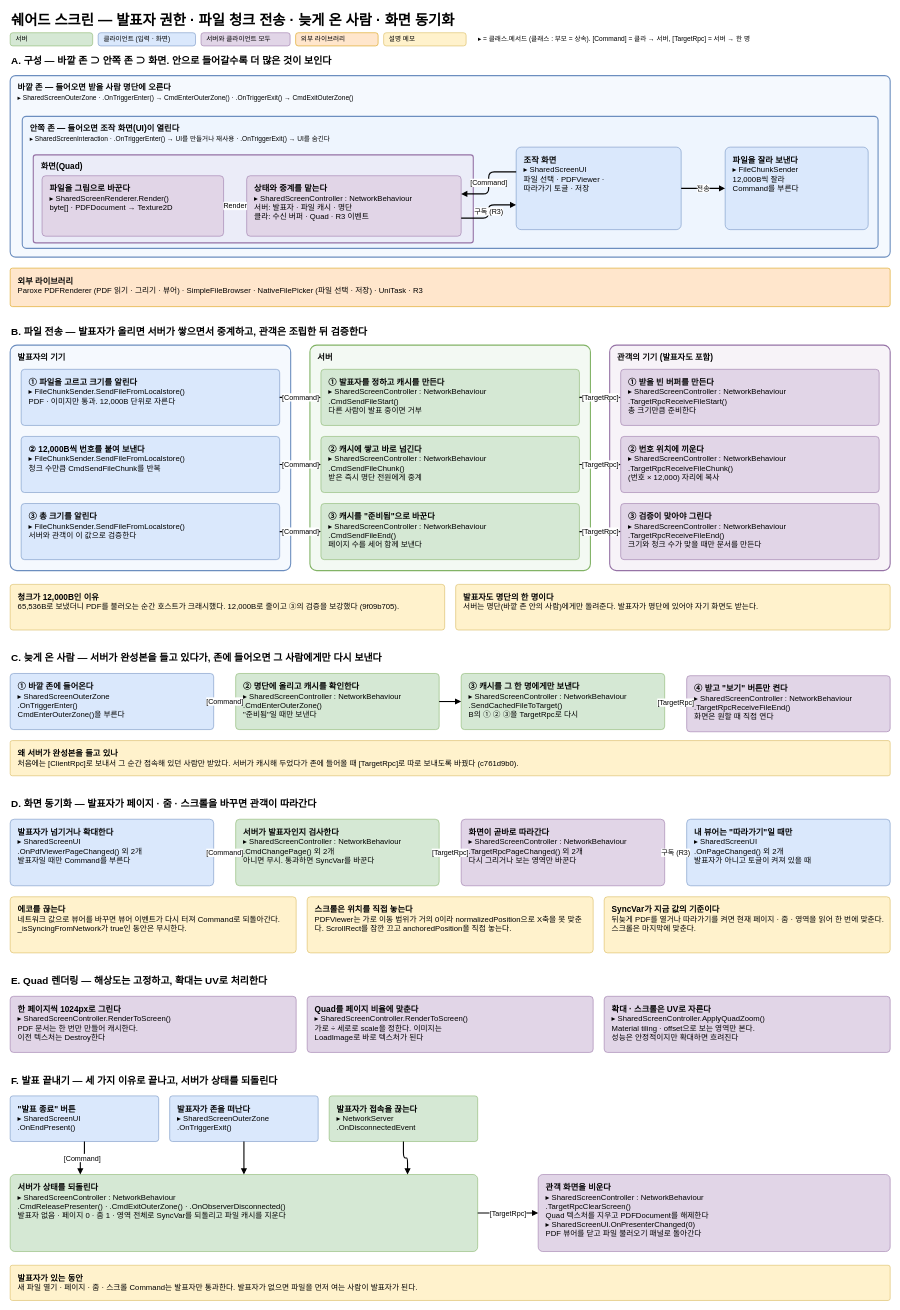
Earlier version of the draw.io diagram page "11. 쉐어드 스크린 · 파일 전송 · 동기화" (11 of 13) of architecture.drawio (BAESOOHYUN/MySecondWorld-Architecture). Source tidied: cells renumbered, new cells numbered last; positions are measured from the earlier drawing's top-left corner, leaving out a move shared by most shapes. Both pictures are drawn from the tidied source at 55%, with x=0, y=0 at pixel (10, 9).
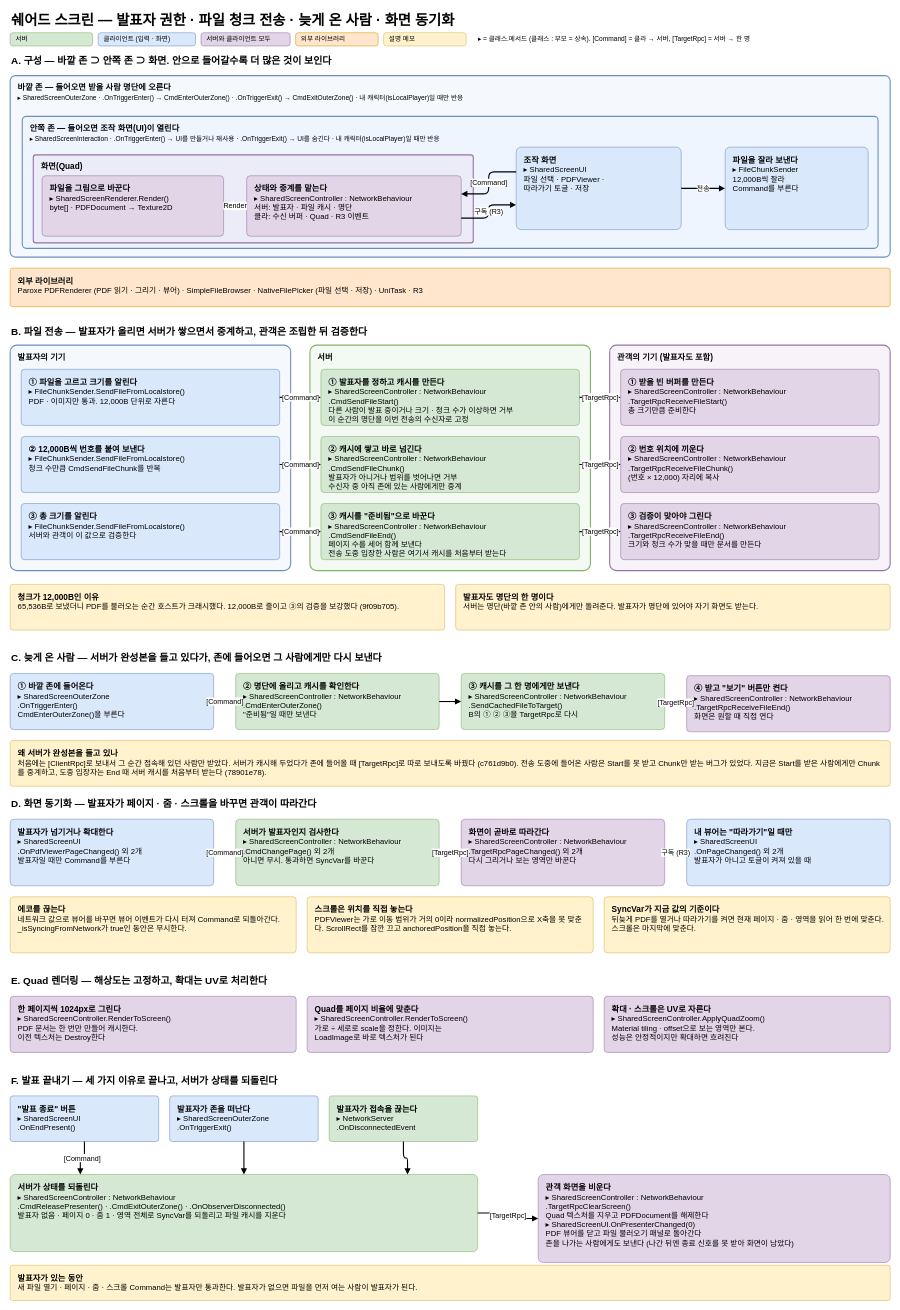
The same page after the edit.

Commit message:
docs(architecture): 11p 쉐어드 스크린에 전송 도중 입장자·서버 검증·존 감지 가드·퇴장 화면 정리 반영

The edit, as a diff of the source:
```diff
@@
-    <mxCell id="10" value="&lt;span style=&quot;font-size:15px&quot;&gt;바깥 존 — 들어오면 받을 사람 명단에 오른다&lt;/span&gt;&lt;br&gt;&lt;span style=&quot;font-weight:normal;font-size:12px&quot;&gt;▸ SharedScreenOuterZone · .OnTriggerEnter() → CmdEnterOuterZone() · .OnTriggerExit() → CmdExitOuterZone()&lt;/span&gt;" style="rounded=1;arcSize=3;whiteSpace=wrap;html=1;fillColor=#DAE8FC;fillOpacity=28;strokeColor=#6C8EBF;strokeWidth=2;verticalAlign=top;align=left;spacingLeft=12;spacingTop=6;fontStyle=1;fontSize=15;" parent="1" vertex="1">
+    <mxCell id="10" value="&lt;span style=&quot;font-size:15px&quot;&gt;바깥 존 — 들어오면 받을 사람 명단에 오른다&lt;/span&gt;&lt;br&gt;&lt;span style=&quot;font-weight:normal;font-size:12px&quot;&gt;▸ SharedScreenOuterZone · .OnTriggerEnter() → CmdEnterOuterZone() · .OnTriggerExit() → CmdExitOuterZone() · 내 캐릭터(isLocalPlayer)일 때만 반응&lt;/span&gt;" style="rounded=1;arcSize=3;whiteSpace=wrap;html=1;fillColor=#DAE8FC;fillOpacity=28;strokeColor=#6C8EBF;strokeWidth=2;verticalAlign=top;align=left;spacingLeft=12;spacingTop=6;fontStyle=1;fontSize=15;" parent="1" vertex="1">
       <mxGeometry y="120" width="1600" height="330" as="geometry" />
     </mxCell>
-    <mxCell id="11" value="&lt;span style=&quot;font-size:15px&quot;&gt;안쪽 존 — 들어오면 조작 화면(UI)이 열린다&lt;/span&gt;&lt;br&gt;&lt;span style=&quot;font-weight:normal;font-size:12px&quot;&gt;▸ SharedScreenInteraction · .OnTriggerEnter() → UI를 만들거나 재사용 · .OnTriggerExit() → UI를 숨긴다&lt;/span&gt;" style="rounded=1;arcSize=3;whiteSpace=wrap;html=1;fillColor=#DAE8FC;fillOpacity=28;strokeColor=#6C8EBF;strokeWidth=2;verticalAlign=top;align=left;spacingLeft=12;spacingTop=6;fontStyle=1;fontSize=15;" parent="1" vertex="1">
+    <mxCell id="11" value="&lt;span style=&quot;font-size:15px&quot;&gt;안쪽 존 — 들어오면 조작 화면(UI)이 열린다&lt;/span&gt;&lt;br&gt;&lt;span style=&quot;font-weight:normal;font-size:12px&quot;&gt;▸ SharedScreenInteraction · .OnTriggerEnter() → UI를 만들거나 재사용 · .OnTriggerExit() → UI를 숨긴다 · 내 캐릭터(isLocalPlayer)일 때만 반응&lt;/span&gt;" style="rounded=1;arcSize=3;whiteSpace=wrap;html=1;fillColor=#DAE8FC;fillOpacity=28;strokeColor=#6C8EBF;strokeWidth=2;verticalAlign=top;align=left;spacingLeft=12;spacingTop=6;fontStyle=1;fontSize=15;" parent="1" vertex="1">
       <mxGeometry x="22" y="194" width="1556" height="240" as="geometry" />
     </mxCell>
@@
-    <mxCell id="27" value="&lt;b style=&quot;font-size:15px&quot;&gt;① 발표자를 정하고 캐시를 만든다&lt;/b&gt;&lt;br&gt;&lt;span style=&quot;font-size:14px&quot;&gt;▸ SharedScreenController : NetworkBehaviour&lt;br&gt;.CmdSendFileStart()&lt;br&gt;다른 사람이 발표 중이면 거부&lt;/span&gt;" style="rounded=1;arcSize=6;whiteSpace=wrap;html=1;fillColor=#D5E8D4;strokeColor=#82B366;align=left;verticalAlign=top;spacingLeft=12;spacingRight=10;spacingTop=8;spacingBottom=6;fontSize=14;" parent="1" vertex="1">
+    <mxCell id="27" value="&lt;b style=&quot;font-size:15px&quot;&gt;① 발표자를 정하고 캐시를 만든다&lt;/b&gt;&lt;br&gt;&lt;span style=&quot;font-size:14px&quot;&gt;▸ SharedScreenController : NetworkBehaviour&lt;br&gt;.CmdSendFileStart()&lt;br&gt;다른 사람이 발표 중이거나 크기 · 청크 수가 이상하면 거부&lt;br&gt;이 순간의 명단을 이번 전송의 수신자로 고정&lt;/span&gt;" style="rounded=1;arcSize=6;whiteSpace=wrap;html=1;fillColor=#D5E8D4;strokeColor=#82B366;align=left;verticalAlign=top;spacingLeft=12;spacingRight=10;spacingTop=8;spacingBottom=6;fontSize=14;" parent="1" vertex="1">
       <mxGeometry x="565" y="654" width="470" height="102" as="geometry" />
     </mxCell>
@@
-    <mxCell id="32" value="&lt;b style=&quot;font-size:15px&quot;&gt;② 캐시에 쌓고 바로 넘긴다&lt;/b&gt;&lt;br&gt;&lt;span style=&quot;font-size:14px&quot;&gt;▸ SharedScreenController : NetworkBehaviour&lt;br&gt;.CmdSendFileChunk()&lt;br&gt;받은 즉시 명단 전원에게 중계&lt;/span&gt;" style="rounded=1;arcSize=6;whiteSpace=wrap;html=1;fillColor=#D5E8D4;strokeColor=#82B366;align=left;verticalAlign=top;spacingLeft=12;spacingRight=10;spacingTop=8;spacingBottom=6;fontSize=14;" parent="1" vertex="1">
+    <mxCell id="32" value="&lt;b style=&quot;font-size:15px&quot;&gt;② 캐시에 쌓고 바로 넘긴다&lt;/b&gt;&lt;br&gt;&lt;span style=&quot;font-size:14px&quot;&gt;▸ SharedScreenController : NetworkBehaviour&lt;br&gt;.CmdSendFileChunk()&lt;br&gt;발표자가 아니거나 범위를 벗어나면 거부&lt;br&gt;수신자 중 아직 존에 있는 사람에게만 중계&lt;/span&gt;" style="rounded=1;arcSize=6;whiteSpace=wrap;html=1;fillColor=#D5E8D4;strokeColor=#82B366;align=left;verticalAlign=top;spacingLeft=12;spacingRight=10;spacingTop=8;spacingBottom=6;fontSize=14;" parent="1" vertex="1">
       <mxGeometry x="565" y="776" width="470" height="102" as="geometry" />
     </mxCell>
@@
-    <mxCell id="37" value="&lt;b style=&quot;font-size:15px&quot;&gt;③ 캐시를 &quot;준비됨&quot;으로 바꾼다&lt;/b&gt;&lt;br&gt;&lt;span style=&quot;font-size:14px&quot;&gt;▸ SharedScreenController : NetworkBehaviour&lt;br&gt;.CmdSendFileEnd()&lt;br&gt;페이지 수를 세어 함께 보낸다&lt;/span&gt;" style="rounded=1;arcSize=6;whiteSpace=wrap;html=1;fillColor=#D5E8D4;strokeColor=#82B366;align=left;verticalAlign=top;spacingLeft=12;spacingRight=10;spacingTop=8;spacingBottom=6;fontSize=14;" parent="1" vertex="1">
+    <mxCell id="37" value="&lt;b style=&quot;font-size:15px&quot;&gt;③ 캐시를 &quot;준비됨&quot;으로 바꾼다&lt;/b&gt;&lt;br&gt;&lt;span style=&quot;font-size:14px&quot;&gt;▸ SharedScreenController : NetworkBehaviour&lt;br&gt;.CmdSendFileEnd()&lt;br&gt;페이지 수를 세어 함께 보낸다&lt;br&gt;전송 도중 입장한 사람은 여기서 캐시를 처음부터 받는다&lt;/span&gt;" style="rounded=1;arcSize=6;whiteSpace=wrap;html=1;fillColor=#D5E8D4;strokeColor=#82B366;align=left;verticalAlign=top;spacingLeft=12;spacingRight=10;spacingTop=8;spacingBottom=6;fontSize=14;" parent="1" vertex="1">
       <mxGeometry x="565" y="898" width="470" height="102" as="geometry" />
     </mxCell>
@@
-    <mxCell id="51" value="&lt;b style=&quot;font-size:15px&quot;&gt;왜 서버가 완성본을 들고 있나&lt;/b&gt;&lt;br&gt;&lt;span style=&quot;font-size:14px&quot;&gt;처음에는 [ClientRpc]로 보내서 그 순간 접속해 있던 사람만 받았다. 서버가 캐시해 두었다가 존에 들어올 때 [TargetRpc]로 따로 보내도록 바꿨다 (c761d9b0).&lt;/span&gt;" style="rounded=1;arcSize=6;whiteSpace=wrap;html=1;fillColor=#FFF2CC;strokeColor=#D6B656;align=left;verticalAlign=top;spacingLeft=12;spacingRight=10;spacingTop=8;spacingBottom=6;fontSize=14;" parent="1" vertex="1">
-      <mxGeometry y="1329" width="1600" height="64" as="geometry" />
+    <mxCell id="51" value="&lt;b style=&quot;font-size:15px&quot;&gt;왜 서버가 완성본을 들고 있나&lt;/b&gt;&lt;br&gt;&lt;span style=&quot;font-size:14px&quot;&gt;처음에는 [ClientRpc]로 보내서 그 순간 접속해 있던 사람만 받았다. 서버가 캐시해 두었다가 존에 들어올 때 [TargetRpc]로 따로 보내도록 바꿨다 (c761d9b0). 전송 도중에 들어온 사람은 Start를 못 받고 Chunk만 받는 버그가 있었다. 지금은 Start를 받은 사람에게만 Chunk를 중계하고, 도중 입장자는 End 때 서버 캐시를 처음부터 받는다 (78901e78).&lt;/span&gt;" style="rounded=1;arcSize=6;whiteSpace=wrap;html=1;fillColor=#FFF2CC;strokeColor=#D6B656;align=left;verticalAlign=top;spacingLeft=12;spacingRight=10;spacingTop=8;spacingBottom=6;fontSize=14;" parent="1" vertex="1">
+      <mxGeometry y="1329" width="1600" height="83" as="geometry" />
     </mxCell>
@@
-    <mxCell id="72" value="&lt;b style=&quot;font-size:15px&quot;&gt;관객 화면을 비운다&lt;/b&gt;&lt;br&gt;&lt;span style=&quot;font-size:14px&quot;&gt;▸ SharedScreenController : NetworkBehaviour&lt;br&gt;.TargetRpcClearScreen()&lt;br&gt;Quad 텍스처를 지우고 PDFDocument를 해제한다&lt;br&gt;▸ SharedScreenUI.OnPresenterChanged(0)&lt;br&gt;PDF 뷰어를 닫고 파일 불러오기 패널로 돌아간다&lt;/span&gt;" style="rounded=1;arcSize=6;whiteSpace=wrap;html=1;fillColor=#E1D5E7;strokeColor=#9673A6;align=left;verticalAlign=top;spacingLeft=12;spacingRight=10;spacingTop=8;spacingBottom=6;fontSize=14;" parent="1" vertex="1">
-      <mxGeometry x="960" y="2118" width="640" height="140" as="geometry" />
+    <mxCell id="72" value="&lt;b style=&quot;font-size:15px&quot;&gt;관객 화면을 비운다&lt;/b&gt;&lt;br&gt;&lt;span style=&quot;font-size:14px&quot;&gt;▸ SharedScreenController : NetworkBehaviour&lt;br&gt;.TargetRpcClearScreen()&lt;br&gt;Quad 텍스처를 지우고 PDFDocument를 해제한다&lt;br&gt;▸ SharedScreenUI.OnPresenterChanged(0)&lt;br&gt;PDF 뷰어를 닫고 파일 불러오기 패널로 돌아간다&lt;br&gt;존을 나가는 사람에게도 보낸다 (나간 뒤엔 종료 신호를 못 받아 화면이 남았다)&lt;/span&gt;" style="rounded=1;arcSize=6;whiteSpace=wrap;html=1;fillColor=#E1D5E7;strokeColor=#9673A6;align=left;verticalAlign=top;spacingLeft=12;spacingRight=10;spacingTop=8;spacingBottom=6;fontSize=14;" parent="1" vertex="1">
+      <mxGeometry x="960" y="2118" width="640" height="160" as="geometry" />
     </mxCell>
```
